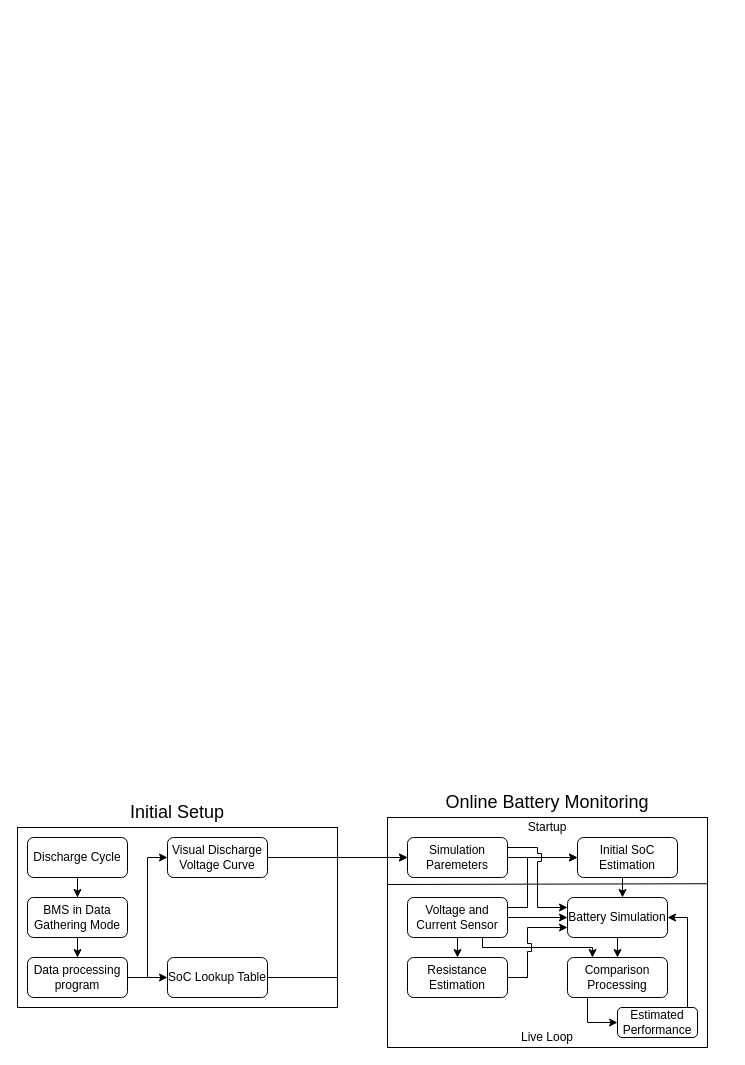
Earlier version of the draw.io diagram dissertation/Block Diagram.drawio (karl03/predictive-bms). Source tidied: cells renumbered, new cells numbered last; positions are measured from the earlier drawing's top-left corner, leaving out a move shared by most shapes. Both pictures are drawn from the tidied source at 100%, with x=0, y=0 at pixel (17, 787).
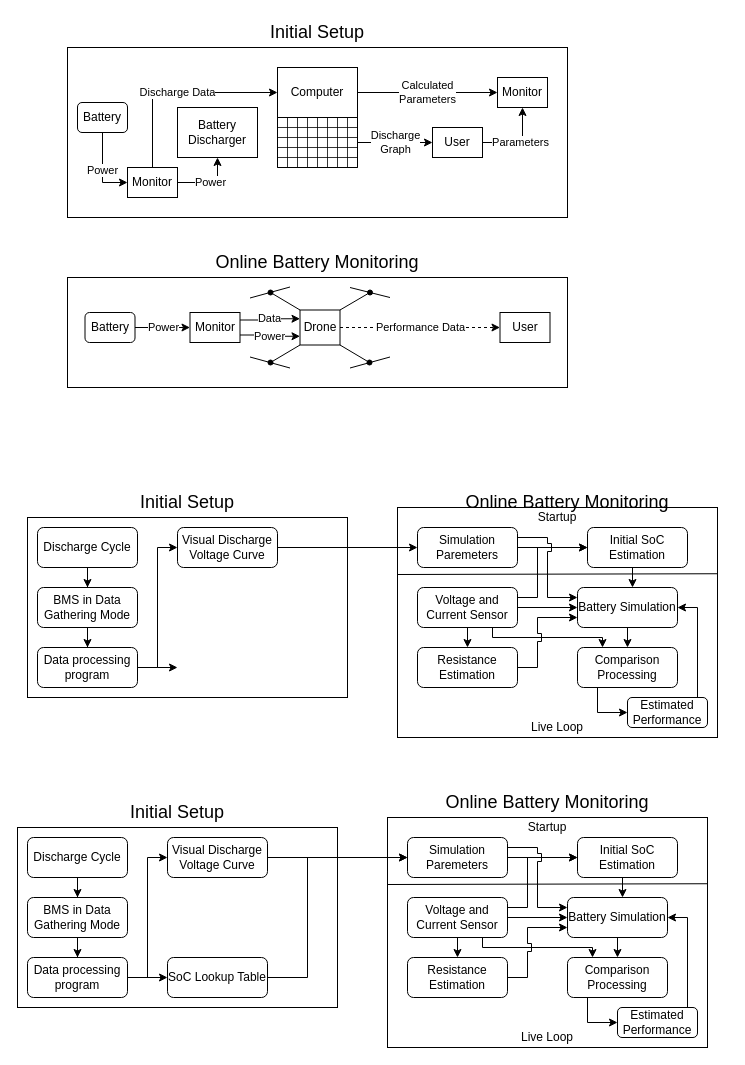
After the change.

The change refers to these unchanged cells:
```xml
<mxCell id="15" value="SoC Lookup Table" style="rounded=1;whiteSpace=wrap;html=1;" parent="1" vertex="1">
  <mxGeometry x="150" y="170" width="100" height="40" as="geometry" />
</mxCell>
<mxCell id="19" value="Simulation Paremeters" style="rounded=1;whiteSpace=wrap;html=1;" parent="1" vertex="1">
  <mxGeometry x="390" y="50" width="100" height="40" as="geometry" />
</mxCell>
```

Change to the diagram source:
```diff
@@
+    <mxCell id="38" style="rounded=0;whiteSpace=wrap;html=1;" parent="1" vertex="1">
+      <mxGeometry x="50" y="-510" width="500" height="110" as="geometry" />
+    </mxCell>
+    <mxCell id="39" style="rounded=0;whiteSpace=wrap;html=1;" parent="1" vertex="1">
+      <mxGeometry x="50" y="-740" width="500" height="170" as="geometry" />
+    </mxCell>
@@
     <mxCell id="14" style="edgeStyle=orthogonalEdgeStyle;rounded=0;jettySize=auto;html=1;entryX=0;entryY=0.5;entryDx=0;entryDy=0;fontSize=18;" parent="1" edge="1" source="15" target="19">
-      <mxGeometry relative="1" as="geometry" />
+      <mxGeometry relative="1" as="geometry">
+        <Array as="points">
+          <mxPoint x="290" y="190" />
+          <mxPoint x="290" y="70" />
+        </Array>
+      </mxGeometry>
     </mxCell>
@@
+    <mxCell id="40" style="rounded=0;whiteSpace=wrap;html=1;" parent="1" vertex="1">
+      <mxGeometry x="380" y="-280" width="320" height="230" as="geometry" />
+    </mxCell>
+    <mxCell id="41" style="rounded=0;whiteSpace=wrap;html=1;" parent="1" vertex="1">
+      <mxGeometry x="10" y="-270" width="320" height="180" as="geometry" />
+    </mxCell>
+    <mxCell id="42" style="edgeStyle=orthogonalEdgeStyle;rounded=0;jettySize=auto;html=1;fontSize=18;" parent="1" edge="1" source="43" target="46">
+      <mxGeometry relative="1" as="geometry" />
+    </mxCell>
+    <mxCell id="43" value="&lt;div&gt;Discharge Cycle&lt;/div&gt;" style="rounded=1;whiteSpace=wrap;html=1;" parent="1" vertex="1">
+      <mxGeometry x="20" y="-260" width="100" height="40" as="geometry" />
+    </mxCell>
+    <mxCell id="44" value="&lt;font style=&quot;font-size: 18px;&quot;&gt;Initial Setup&lt;/font&gt;" style="text;html=1;strokeColor=none;fillColor=none;align=center;verticalAlign=middle;whiteSpace=wrap;rounded=0;" parent="1" vertex="1">
+      <mxGeometry x="10" y="-300" width="320" height="30" as="geometry" />
+    </mxCell>
+    <mxCell id="45" style="edgeStyle=orthogonalEdgeStyle;rounded=0;jettySize=auto;html=1;fontSize=18;" parent="1" edge="1" source="46" target="49">
+      <mxGeometry relative="1" as="geometry" />
+    </mxCell>
+    <mxCell id="46" value="BMS in Data Gathering Mode" style="rounded=1;whiteSpace=wrap;html=1;" parent="1" vertex="1">
+      <mxGeometry x="20" y="-200" width="100" height="40" as="geometry" />
+    </mxCell>
+    <mxCell id="47" style="edgeStyle=orthogonalEdgeStyle;rounded=0;jettySize=auto;html=1;entryX=0;entryY=0.5;entryDx=0;entryDy=0;fontSize=18;" parent="1" edge="1" source="49" target="51">
+      <mxGeometry relative="1" as="geometry" />
+    </mxCell>
+    <mxCell id="48" style="edgeStyle=orthogonalEdgeStyle;rounded=0;jettySize=auto;html=1;entryX=0;entryY=0.5;entryDx=0;entryDy=0;fontSize=18;" parent="1" edge="1" source="49">
+      <mxGeometry relative="1" as="geometry">
+        <mxPoint x="160" y="-120" as="targetPoint" />
+      </mxGeometry>
+    </mxCell>
+    <mxCell id="49" value="Data processing program" style="rounded=1;whiteSpace=wrap;html=1;" parent="1" vertex="1">
+      <mxGeometry x="20" y="-140" width="100" height="40" as="geometry" />
+    </mxCell>
+    <mxCell id="50" style="edgeStyle=orthogonalEdgeStyle;rounded=0;jettySize=auto;html=1;fontSize=18;" parent="1" edge="1" source="51" target="55">
+      <mxGeometry relative="1" as="geometry" />
+    </mxCell>
+    <mxCell id="51" value="Visual Discharge Voltage Curve" style="rounded=1;whiteSpace=wrap;html=1;" parent="1" vertex="1">
+      <mxGeometry x="160" y="-260" width="100" height="40" as="geometry" />
+    </mxCell>
+    <mxCell id="52" value="&lt;font style=&quot;font-size: 18px;&quot;&gt;Online Battery Monitoring&lt;/font&gt;" style="text;html=1;strokeColor=none;fillColor=none;align=center;verticalAlign=middle;whiteSpace=wrap;rounded=0;" parent="1" vertex="1">
+      <mxGeometry x="50" y="-540" width="500" height="30" as="geometry" />
+    </mxCell>
+    <mxCell id="53" style="edgeStyle=orthogonalEdgeStyle;rounded=0;jettySize=auto;html=1;fontSize=18;" parent="1" edge="1" source="55" target="57">
+      <mxGeometry relative="1" as="geometry" />
+    </mxCell>
+    <mxCell id="54" style="edgeStyle=elbowEdgeStyle;rounded=0;jumpStyle=sharp;jettySize=auto;html=1;entryX=0;entryY=0.25;entryDx=0;entryDy=0;fontSize=18;jumpSize=8;" parent="1" edge="1" source="55" target="71">
+      <mxGeometry relative="1" as="geometry">
+        <Array as="points">
+          <mxPoint x="530" y="-250" />
+          <mxPoint x="530" y="-230" />
+          <mxPoint x="510" y="-250" />
+        </Array>
+      </mxGeometry>
+    </mxCell>
+    <mxCell id="55" value="Simulation Paremeters" style="rounded=1;whiteSpace=wrap;html=1;" parent="1" vertex="1">
+      <mxGeometry x="400" y="-260" width="100" height="40" as="geometry" />
+    </mxCell>
+    <mxCell id="56" style="edgeStyle=elbowEdgeStyle;rounded=0;jumpStyle=sharp;jumpSize=8;jettySize=auto;html=1;fontSize=18;" parent="1" edge="1" source="57" target="71">
+      <mxGeometry relative="1" as="geometry" />
+    </mxCell>
+    <mxCell id="57" value="Initial SoC Estimation" style="rounded=1;whiteSpace=wrap;html=1;" parent="1" vertex="1">
+      <mxGeometry x="570" y="-260" width="100" height="40" as="geometry" />
+    </mxCell>
+    <mxCell id="58" style="edgeStyle=orthogonalEdgeStyle;rounded=0;jettySize=auto;html=1;entryX=0;entryY=0.5;entryDx=0;entryDy=0;fontSize=18;" parent="1" edge="1" source="62" target="57">
+      <mxGeometry relative="1" as="geometry">
+        <Array as="points">
+          <mxPoint x="520" y="-190" />
+          <mxPoint x="520" y="-240" />
+        </Array>
+      </mxGeometry>
+    </mxCell>
+    <mxCell id="59" style="edgeStyle=elbowEdgeStyle;rounded=0;jumpStyle=sharp;jumpSize=8;jettySize=auto;html=1;entryX=0;entryY=0.5;entryDx=0;entryDy=0;fontSize=18;" parent="1" edge="1" source="62" target="71">
+      <mxGeometry relative="1" as="geometry" />
+    </mxCell>
+    <mxCell id="60" style="edgeStyle=elbowEdgeStyle;rounded=0;jumpStyle=sharp;jumpSize=8;jettySize=auto;html=1;entryX=0.5;entryY=0;entryDx=0;entryDy=0;fontSize=18;" parent="1" edge="1" source="62" target="64">
+      <mxGeometry relative="1" as="geometry" />
+    </mxCell>
+    <mxCell id="61" style="edgeStyle=elbowEdgeStyle;rounded=0;jumpStyle=sharp;jumpSize=8;jettySize=auto;html=1;exitX=0.75;exitY=1;exitDx=0;exitDy=0;entryX=0.25;entryY=0;entryDx=0;entryDy=0;fontSize=18;elbow=vertical;" parent="1" edge="1" source="62" target="66">
+      <mxGeometry relative="1" as="geometry">
+        <Array as="points">
+          <mxPoint x="560" y="-150" />
+          <mxPoint x="550" y="-150" />
+          <mxPoint x="500" y="-150" />
+          <mxPoint x="560" y="-140" />
+        </Array>
+      </mxGeometry>
+    </mxCell>
+    <mxCell id="62" value="Voltage and Current Sensor" style="rounded=1;whiteSpace=wrap;html=1;" parent="1" vertex="1">
+      <mxGeometry x="400" y="-200" width="100" height="40" as="geometry" />
+    </mxCell>
+    <mxCell id="63" style="edgeStyle=elbowEdgeStyle;rounded=0;jumpStyle=sharp;jumpSize=8;jettySize=auto;html=1;entryX=0;entryY=0.75;entryDx=0;entryDy=0;fontSize=18;" parent="1" edge="1" source="64" target="71">
+      <mxGeometry relative="1" as="geometry">
+        <Array as="points">
+          <mxPoint x="520" y="-150" />
+        </Array>
+      </mxGeometry>
+    </mxCell>
+    <mxCell id="64" value="Resistance Estimation" style="rounded=1;whiteSpace=wrap;html=1;" parent="1" vertex="1">
+      <mxGeometry x="400" y="-140" width="100" height="40" as="geometry" />
+    </mxCell>
+    <mxCell id="65" style="edgeStyle=elbowEdgeStyle;rounded=0;jumpStyle=sharp;jumpSize=8;jettySize=auto;html=1;exitX=0.25;exitY=1;exitDx=0;exitDy=0;entryX=0;entryY=0.5;entryDx=0;entryDy=0;fontSize=18;" parent="1" edge="1" source="66" target="73">
+      <mxGeometry relative="1" as="geometry">
+        <Array as="points">
+          <mxPoint x="580" y="-90" />
+        </Array>
+      </mxGeometry>
+    </mxCell>
+    <mxCell id="66" value="Comparison Processing" style="rounded=1;whiteSpace=wrap;html=1;" parent="1" vertex="1">
+      <mxGeometry x="560" y="-140" width="100" height="40" as="geometry" />
+    </mxCell>
+    <mxCell id="67" style="endArrow=none;html=1;rounded=0;fontSize=18;entryX=1;entryY=0.288;entryDx=0;entryDy=0;entryPerimeter=0;" parent="1" edge="1" target="40">
+      <mxGeometry relative="1" as="geometry">
+        <mxPoint x="380" y="-213" as="sourcePoint" />
+      </mxGeometry>
+    </mxCell>
+    <mxCell id="68" value="Startup" style="text;html=1;strokeColor=none;fillColor=none;align=center;verticalAlign=middle;whiteSpace=wrap;rounded=0;" parent="1" vertex="1">
+      <mxGeometry x="380" y="-280" width="320" height="20" as="geometry" />
+    </mxCell>
+    <mxCell id="69" value="Live Loop" style="text;html=1;strokeColor=none;fillColor=none;align=center;verticalAlign=middle;whiteSpace=wrap;rounded=0;" parent="1" vertex="1">
+      <mxGeometry x="380" y="-70" width="320" height="20" as="geometry" />
+    </mxCell>
+    <mxCell id="70" style="edgeStyle=elbowEdgeStyle;rounded=0;jumpStyle=sharp;jumpSize=8;jettySize=auto;html=1;fontSize=18;" parent="1" edge="1" source="71" target="66">
+      <mxGeometry relative="1" as="geometry" />
+    </mxCell>
+    <mxCell id="71" value="Battery Simulation" style="rounded=1;whiteSpace=wrap;html=1;" parent="1" vertex="1">
+      <mxGeometry x="560" y="-200" width="100" height="40" as="geometry" />
+    </mxCell>
+    <mxCell id="72" style="edgeStyle=elbowEdgeStyle;rounded=0;jumpStyle=sharp;jumpSize=8;jettySize=auto;html=1;exitX=0.75;exitY=0;exitDx=0;exitDy=0;entryX=1;entryY=0.5;entryDx=0;entryDy=0;fontSize=18;" parent="1" edge="1" source="73" target="71">
+      <mxGeometry relative="1" as="geometry">
+        <Array as="points">
+          <mxPoint x="680" y="-160" />
+          <mxPoint x="670" y="-150" />
+          <mxPoint x="680" y="-150" />
+        </Array>
+      </mxGeometry>
+    </mxCell>
+    <mxCell id="73" value="Estimated Performance" style="rounded=1;whiteSpace=wrap;html=1;" parent="1" vertex="1">
+      <mxGeometry x="610" y="-90" width="80" height="30" as="geometry" />
+    </mxCell>
+    <mxCell id="74" value="Power" style="edgeStyle=orthogonalEdgeStyle;rounded=0;jettySize=auto;html=1;entryX=0;entryY=0.5;entryDx=0;entryDy=0;" parent="1" edge="1" source="75" target="77">
+      <mxGeometry relative="1" as="geometry" />
+    </mxCell>
+    <mxCell id="75" value="Battery" style="rounded=1;whiteSpace=wrap;html=1;" parent="1" vertex="1">
+      <mxGeometry x="60" y="-685" width="50" height="30" as="geometry" />
+    </mxCell>
+    <mxCell id="76" value="Power" style="edgeStyle=orthogonalEdgeStyle;rounded=0;jettySize=auto;html=1;exitX=1;exitY=0.5;exitDx=0;exitDy=0;entryX=0.5;entryY=1;entryDx=0;entryDy=0;" parent="1" edge="1" source="77" target="78">
+      <mxGeometry relative="1" as="geometry" />
+    </mxCell>
+    <mxCell id="77" value="&lt;div&gt;Monitor&lt;/div&gt;" style="rounded=0;whiteSpace=wrap;html=1;" parent="1" vertex="1">
+      <mxGeometry x="110" y="-620" width="50" height="30" as="geometry" />
+    </mxCell>
+    <mxCell id="78" value="Battery Discharger" style="rounded=0;whiteSpace=wrap;html=1;" parent="1" vertex="1">
+      <mxGeometry x="160" y="-680" width="80" height="50" as="geometry" />
+    </mxCell>
+    <mxCell id="79" style="group;rounded=1;" parent="1" vertex="1">
+      <mxGeometry x="260" y="-720" width="80" height="100" as="geometry" />
+    </mxCell>
+    <mxCell id="80" value="Computer" style="rounded=0;whiteSpace=wrap;html=1;" parent="79" vertex="1">
+      <mxGeometry width="80" height="50" as="geometry" />
+    </mxCell>
+    <mxCell id="81" style="verticalLabelPosition=bottom;verticalAlign=top;html=1;shape=mxgraph.basic.patternFillRect;fillStyle=grid;step=10;fillStrokeWidth=0.8;fillStrokeColor=#000000;" parent="79" vertex="1">
+      <mxGeometry y="50" width="80" height="50" as="geometry" />
+    </mxCell>
+    <mxCell id="82" value="Discharge Data" style="edgeStyle=orthogonalEdgeStyle;rounded=0;jettySize=auto;html=1;entryX=0;entryY=0.5;entryDx=0;entryDy=0;exitX=0.5;exitY=0;exitDx=0;exitDy=0;" parent="1" edge="1" source="77" target="80">
+      <mxGeometry relative="1" as="geometry" />
+    </mxCell>
+    <mxCell id="83" value="&lt;div&gt;Monitor&lt;/div&gt;" style="rounded=0;whiteSpace=wrap;html=1;" parent="1" vertex="1">
+      <mxGeometry x="480" y="-710" width="50" height="30" as="geometry" />
+    </mxCell>
+    <mxCell id="84" value="&lt;div&gt;Calculated&lt;/div&gt;&lt;div&gt;Parameters&lt;br&gt; &lt;/div&gt;" style="edgeStyle=orthogonalEdgeStyle;rounded=0;jettySize=auto;html=1;" parent="1" edge="1" source="80" target="83">
+      <mxGeometry relative="1" as="geometry" />
+    </mxCell>
+    <mxCell id="85" value="Parameters" style="edgeStyle=orthogonalEdgeStyle;rounded=0;jettySize=auto;html=1;entryX=0.5;entryY=1;entryDx=0;entryDy=0;" parent="1" edge="1" source="86" target="83">
+      <mxGeometry relative="1" as="geometry" />
+    </mxCell>
+    <mxCell id="86" value="User" style="rounded=0;whiteSpace=wrap;html=1;glass=0;shadow=0;textShadow=0;" parent="1" vertex="1">
+      <mxGeometry x="415" y="-660" width="50" height="30" as="geometry" />
+    </mxCell>
+    <mxCell id="87" value="&lt;div&gt;Discharge&lt;/div&gt;&lt;div&gt;Graph&lt;br&gt;&lt;/div&gt;" style="edgeStyle=orthogonalEdgeStyle;rounded=0;jettySize=auto;html=1;" parent="1" edge="1" source="81" target="86">
+      <mxGeometry relative="1" as="geometry" />
+    </mxCell>
+    <mxCell id="88" value="&lt;font style=&quot;font-size: 18px;&quot;&gt;Initial Setup&lt;/font&gt;" style="text;html=1;strokeColor=none;fillColor=none;align=center;verticalAlign=middle;whiteSpace=wrap;rounded=0;" parent="1" vertex="1">
+      <mxGeometry x="50" y="-770" width="500" height="30" as="geometry" />
+    </mxCell>
+    <mxCell id="89" value="Power" style="edgeStyle=orthogonalEdgeStyle;rounded=0;jettySize=auto;html=1;entryX=0;entryY=0.5;entryDx=0;entryDy=0;" parent="1" edge="1" source="90" target="92">
+      <mxGeometry relative="1" as="geometry" />
+    </mxCell>
+    <mxCell id="90" value="Battery" style="rounded=1;whiteSpace=wrap;html=1;" parent="1" vertex="1">
+      <mxGeometry x="67.5" y="-475" width="50" height="30" as="geometry" />
+    </mxCell>
+    <mxCell id="91" value="Data" style="edgeStyle=orthogonalEdgeStyle;rounded=0;jettySize=auto;html=1;exitX=1;exitY=0.25;exitDx=0;exitDy=0;entryX=0;entryY=0.25;entryDx=0;entryDy=0;" parent="1" edge="1" source="92" target="95">
+      <mxGeometry relative="1" as="geometry" />
+    </mxCell>
+    <mxCell id="92" value="&lt;div&gt;Monitor&lt;/div&gt;" style="rounded=0;whiteSpace=wrap;html=1;" parent="1" vertex="1">
+      <mxGeometry x="172.5" y="-475" width="50" height="30" as="geometry" />
+    </mxCell>
+    <mxCell id="93" value="&lt;font style=&quot;font-size: 18px;&quot;&gt;Online Battery Monitoring&lt;/font&gt;" style="text;html=1;strokeColor=none;fillColor=none;align=center;verticalAlign=middle;whiteSpace=wrap;rounded=0;" parent="1" vertex="1">
+      <mxGeometry x="390" y="-300" width="320" height="30" as="geometry" />
+    </mxCell>
+    <mxCell id="94" value="Performance Data" style="edgeStyle=orthogonalEdgeStyle;rounded=0;jettySize=auto;html=1;dashed=1;" parent="1" edge="1" source="95" target="117">
+      <mxGeometry relative="1" as="geometry" />
+    </mxCell>
+    <mxCell id="95" value="Drone" style="rounded=0;whiteSpace=wrap;html=1;" parent="1" vertex="1">
+      <mxGeometry x="282.5" y="-477.5" width="40" height="35" as="geometry" />
+    </mxCell>
+    <mxCell id="96" style="group;" parent="1" vertex="1">
+      <mxGeometry x="322.5" y="-500" width="50" height="22.5" as="geometry" />
+    </mxCell>
+    <mxCell id="97" style="endArrow=none;html=1;rounded=0;" parent="96" edge="1" source="99">
+      <mxGeometry relative="1" as="geometry">
+        <mxPoint x="30" y="2.5" as="targetPoint" />
+      </mxGeometry>
+    </mxCell>
+    <mxCell id="98" style="endArrow=none;html=1;rounded=0;" parent="96" edge="1" target="99">
+      <mxGeometry relative="1" as="geometry">
+        <mxPoint y="22.5" as="sourcePoint" />
+      </mxGeometry>
+    </mxCell>
+    <mxCell id="99" style="ellipse;whiteSpace=wrap;html=1;fillColor=#000000;" parent="96" vertex="1">
+      <mxGeometry x="27.5" y="2.5" width="5" height="5" as="geometry" />
+    </mxCell>
+    <mxCell id="100" style="endArrow=none;html=1;rounded=0;" parent="96" edge="1">
+      <mxGeometry relative="1" as="geometry">
+        <mxPoint x="50" y="10" as="sourcePoint" />
+        <mxPoint x="10" as="targetPoint" />
+      </mxGeometry>
+    </mxCell>
+    <mxCell id="101" style="group;rotation=-180;" parent="1" vertex="1">
+      <mxGeometry x="232.5" y="-442.5" width="50" height="22.5" as="geometry" />
+    </mxCell>
+    <mxCell id="102" style="endArrow=none;html=1;rounded=0;" parent="101" edge="1" source="104">
+      <mxGeometry relative="1" as="geometry">
+        <mxPoint x="20" y="20" as="targetPoint" />
+      </mxGeometry>
+    </mxCell>
+    <mxCell id="103" style="endArrow=none;html=1;rounded=0;" parent="101" edge="1" target="104">
+      <mxGeometry relative="1" as="geometry">
+        <mxPoint x="50" as="sourcePoint" />
+      </mxGeometry>
+    </mxCell>
+    <mxCell id="104" style="ellipse;whiteSpace=wrap;html=1;fillColor=#000000;rotation=-180;" parent="101" vertex="1">
+      <mxGeometry x="18" y="15" width="5" height="5" as="geometry" />
+    </mxCell>
+    <mxCell id="105" style="endArrow=none;html=1;rounded=0;" parent="101" edge="1">
+      <mxGeometry relative="1" as="geometry">
+        <mxPoint y="12" as="sourcePoint" />
+        <mxPoint x="40" y="23" as="targetPoint" />
+      </mxGeometry>
+    </mxCell>
+    <mxCell id="106" style="group;rotation=-180;flipH=1;" parent="1" vertex="1">
+      <mxGeometry x="322.5" y="-442.5" width="50" height="22.5" as="geometry" />
+    </mxCell>
+    <mxCell id="107" style="endArrow=none;html=1;rounded=0;" parent="106" edge="1" source="109">
+      <mxGeometry relative="1" as="geometry">
+        <mxPoint x="30" y="20" as="targetPoint" />
+      </mxGeometry>
+    </mxCell>
+    <mxCell id="108" style="endArrow=none;html=1;rounded=0;" parent="106" edge="1" target="109">
+      <mxGeometry relative="1" as="geometry">
+        <mxPoint as="sourcePoint" />
+      </mxGeometry>
+    </mxCell>
+    <mxCell id="109" style="ellipse;whiteSpace=wrap;html=1;fillColor=#000000;rotation=-180;" parent="106" vertex="1">
+      <mxGeometry x="27" y="15" width="5" height="5" as="geometry" />
+    </mxCell>
+    <mxCell id="110" style="endArrow=none;html=1;rounded=0;" parent="106" edge="1">
+      <mxGeometry relative="1" as="geometry">
+        <mxPoint x="50" y="12" as="sourcePoint" />
+        <mxPoint x="10" y="23" as="targetPoint" />
+      </mxGeometry>
+    </mxCell>
+    <mxCell id="111" style="group;rotation=-180;flipH=0;flipV=1;" parent="1" vertex="1">
+      <mxGeometry x="232.5" y="-500" width="50" height="22.5" as="geometry" />
+    </mxCell>
+    <mxCell id="112" style="endArrow=none;html=1;rounded=0;" parent="111" edge="1" source="114">
+      <mxGeometry relative="1" as="geometry">
+        <mxPoint x="20" y="2.5" as="targetPoint" />
+      </mxGeometry>
+    </mxCell>
+    <mxCell id="113" style="endArrow=none;html=1;rounded=0;" parent="111" edge="1" target="114">
+      <mxGeometry relative="1" as="geometry">
+        <mxPoint x="50" y="22.5" as="sourcePoint" />
+      </mxGeometry>
+    </mxCell>
+    <mxCell id="114" style="ellipse;whiteSpace=wrap;html=1;fillColor=#000000;rotation=-180;" parent="111" vertex="1">
+      <mxGeometry x="18" y="2.5" width="5" height="5" as="geometry" />
+    </mxCell>
+    <mxCell id="115" style="endArrow=none;html=1;rounded=0;" parent="111" edge="1">
+      <mxGeometry relative="1" as="geometry">
+        <mxPoint y="10.5" as="sourcePoint" />
+        <mxPoint x="40" y="-0.5" as="targetPoint" />
+      </mxGeometry>
+    </mxCell>
+    <mxCell id="116" value="Power" style="edgeStyle=orthogonalEdgeStyle;rounded=0;jettySize=auto;html=1;entryX=0;entryY=0.75;entryDx=0;entryDy=0;exitX=1;exitY=0.75;exitDx=0;exitDy=0;" parent="1" edge="1" source="92" target="95">
+      <mxGeometry relative="1" as="geometry" />
+    </mxCell>
+    <mxCell id="117" value="User" style="rounded=0;whiteSpace=wrap;html=1;glass=0;shadow=0;textShadow=0;" parent="1" vertex="1">
+      <mxGeometry x="482.5" y="-475" width="50" height="30" as="geometry" />
+    </mxCell>
```
